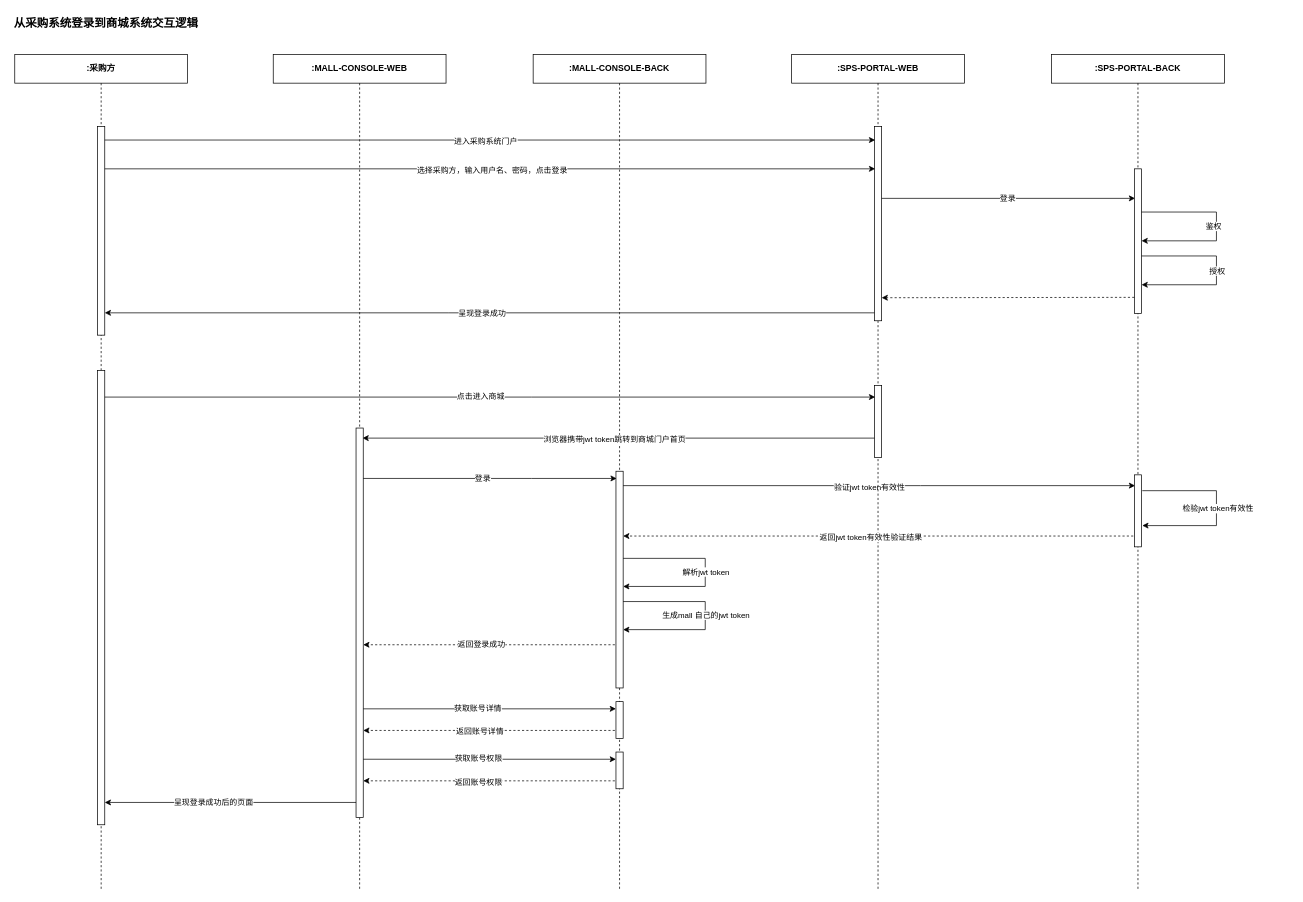
Earlier version of the draw.io diagram page "0002" (2 of 2) of src/main/work/ncs/sunshine/20230518160642.drawio (ab-doc/draw.io). Source tidied: cells renumbered, new cells numbered last; positions are measured from the earlier drawing's top-left corner, leaving out a move shared by most shapes. Both pictures are drawn from the tidied source at 72%, with x=0, y=0 at pixel (12, 12).
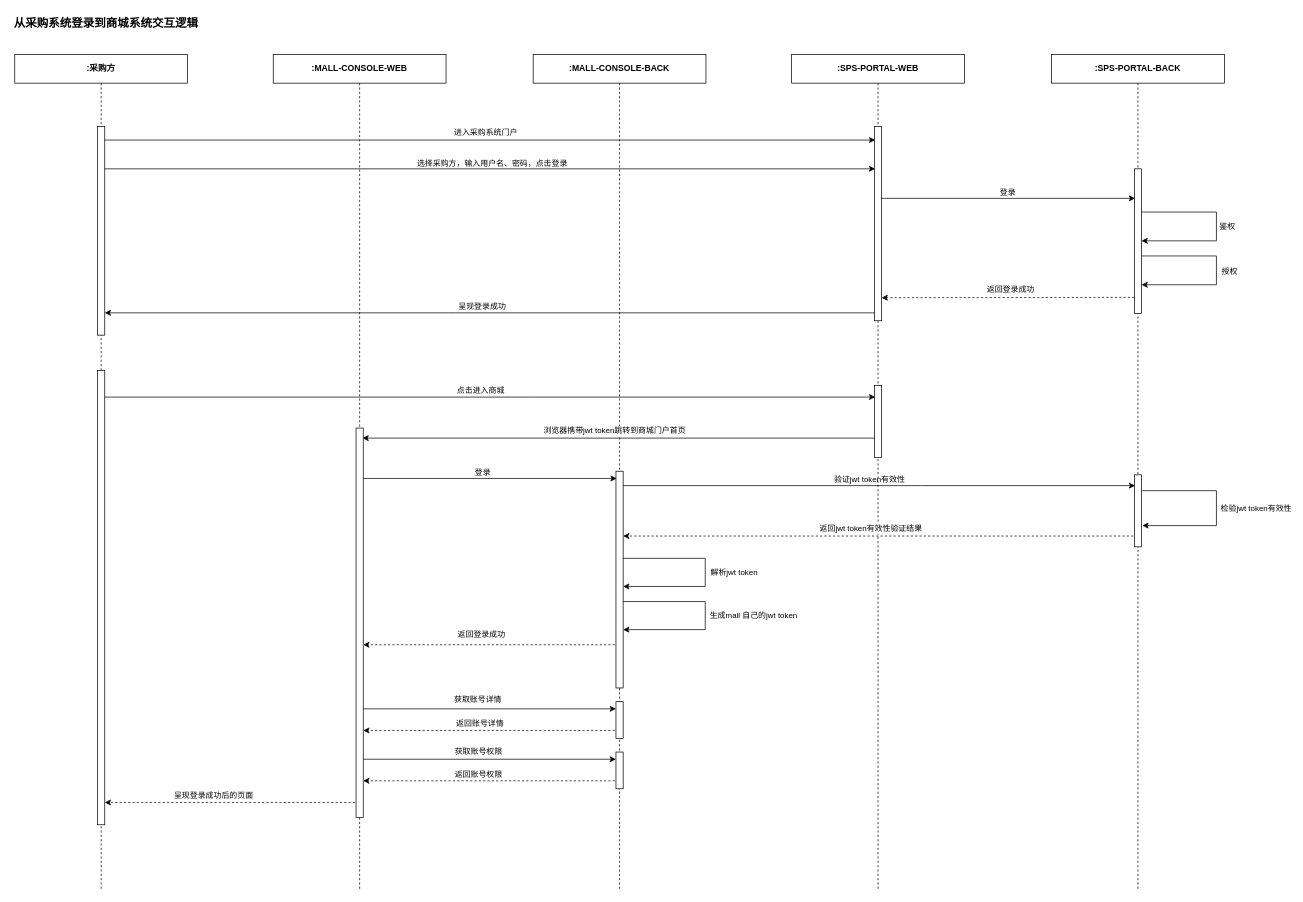
The same page after the edit.

The change refers to these unchanged cells:
```xml
<mxCell id="2" style="edgeStyle=elbowEdgeStyle;rounded=0;jettySize=auto;html=1;elbow=vertical;curved=0;" parent="1" edge="1" source="10">
  <mxGeometry relative="1" as="geometry">
    <mxPoint x="1559" y="657" as="targetPoint" />
  </mxGeometry>
</mxCell>
<mxCell id="4" style="edgeStyle=elbowEdgeStyle;rounded=0;jettySize=auto;html=1;elbow=vertical;curved=0;dashed=1;" parent="1" edge="1" source="10">
  <mxGeometry relative="1" as="geometry">
    <mxPoint x="487" y="878" as="targetPoint" />
  </mxGeometry>
</mxCell>
<mxCell id="6" style="edgeStyle=elbowEdgeStyle;rounded=0;jettySize=auto;html=1;elbow=vertical;curved=0;dashed=1;" parent="1" edge="1" source="10">
  <mxGeometry relative="1" as="geometry">
    <mxPoint x="487" y="997.3" as="targetPoint" />
  </mxGeometry>
</mxCell>
<mxCell id="8" style="edgeStyle=elbowEdgeStyle;rounded=0;jettySize=auto;html=1;elbow=vertical;curved=0;dashed=1;" parent="1" edge="1" source="10">
  <mxGeometry relative="1" as="geometry">
    <mxPoint x="487" y="1067.3" as="targetPoint" />
  </mxGeometry>
</mxCell>
<mxCell id="12" style="edgeStyle=orthogonalEdgeStyle;rounded=0;orthogonalLoop=1;jettySize=auto;html=1;" parent="10" edge="1" source="11" target="11">
  <mxGeometry relative="1" as="geometry">
    <Array as="points">
      <mxPoint x="239" y="700" />
      <mxPoint x="239" y="739" />
    </Array>
  </mxGeometry>
</mxCell>
<mxCell id="14" style="edgeStyle=orthogonalEdgeStyle;rounded=0;orthogonalLoop=1;jettySize=auto;html=1;" parent="10" edge="1">
  <mxGeometry relative="1" as="geometry">
    <mxPoint x="125" y="760" as="sourcePoint" />
    <mxPoint x="125" y="799" as="targetPoint" />
    <Array as="points">
      <mxPoint x="239" y="760" />
      <mxPoint x="239" y="799" />
    </Array>
  </mxGeometry>
</mxCell>
<mxCell id="18" style="edgeStyle=elbowEdgeStyle;rounded=0;orthogonalLoop=1;jettySize=auto;html=1;elbow=vertical;curved=0;" parent="1" edge="1">
  <mxGeometry relative="1" as="geometry">
    <mxPoint x="1201.5" y="258" as="sourcePoint" />
    <mxPoint x="1559" y="257.8" as="targetPoint" />
  </mxGeometry>
</mxCell>
<mxCell id="20" style="edgeStyle=elbowEdgeStyle;rounded=0;jettySize=auto;html=1;elbow=vertical;curved=0;" parent="1" edge="1" source="24">
  <mxGeometry relative="1" as="geometry">
    <mxPoint x="128" y="417" as="targetPoint" />
  </mxGeometry>
</mxCell>
<mxCell id="22" style="edgeStyle=elbowEdgeStyle;rounded=0;jettySize=auto;html=1;elbow=vertical;curved=0;" parent="1" edge="1" source="24">
  <mxGeometry relative="1" as="geometry">
    <mxPoint x="486" y="591" as="targetPoint" />
  </mxGeometry>
</mxCell>
<mxCell id="27" style="edgeStyle=orthogonalEdgeStyle;rounded=0;orthogonalLoop=1;jettySize=auto;html=1;elbow=vertical;" parent="1" edge="1">
  <mxGeometry relative="1" as="geometry">
    <mxPoint x="1566.7" y="275" as="sourcePoint" />
    <mxPoint x="1568" y="317" as="targetPoint" />
    <Array as="points">
      <mxPoint x="1567" y="277" />
      <mxPoint x="1672" y="277" />
      <mxPoint x="1672" y="317" />
    </Array>
  </mxGeometry>
</mxCell>
<mxCell id="29" style="edgeStyle=elbowEdgeStyle;rounded=0;jettySize=auto;html=1;elbow=vertical;curved=0;dashed=1;" parent="1" edge="1" source="31">
  <mxGeometry relative="1" as="geometry">
    <mxPoint x="848" y="727" as="targetPoint" />
  </mxGeometry>
</mxCell>
<mxCell id="33" style="edgeStyle=orthogonalEdgeStyle;rounded=0;orthogonalLoop=1;jettySize=auto;html=1;elbow=vertical;" parent="31" edge="1">
  <mxGeometry relative="1" as="geometry">
    <mxPoint x="125" y="280" as="sourcePoint" />
    <mxPoint x="125" y="320" as="targetPoint" />
    <Array as="points">
      <mxPoint x="229" y="280" />
      <mxPoint x="229" y="320" />
    </Array>
  </mxGeometry>
</mxCell>
<mxCell id="36" style="edgeStyle=orthogonalEdgeStyle;rounded=0;orthogonalLoop=1;jettySize=auto;html=1;elbow=vertical;entryX=1.1;entryY=0.705;entryDx=0;entryDy=0;entryPerimeter=0;exitX=1.1;exitY=0.22;exitDx=0;exitDy=0;exitPerimeter=0;" parent="31" edge="1" source="35" target="35">
  <mxGeometry relative="1" as="geometry">
    <Array as="points">
      <mxPoint x="229" y="606" />
      <mxPoint x="229" y="655" />
    </Array>
  </mxGeometry>
</mxCell>
<mxCell id="38" style="edgeStyle=elbowEdgeStyle;rounded=0;jettySize=auto;html=1;elbow=vertical;curved=0;" parent="1" edge="1" source="44">
  <mxGeometry relative="1" as="geometry">
    <mxPoint x="1198" y="177.3" as="targetPoint" />
  </mxGeometry>
</mxCell>
<mxCell id="40" style="edgeStyle=elbowEdgeStyle;rounded=0;orthogonalLoop=1;jettySize=auto;html=1;elbow=vertical;curved=0;" parent="1" edge="1">
  <mxGeometry relative="1" as="geometry">
    <mxPoint x="122.5" y="217" as="sourcePoint" />
    <mxPoint x="1198" y="216.8" as="targetPoint" />
  </mxGeometry>
</mxCell>
<mxCell id="42" style="edgeStyle=elbowEdgeStyle;rounded=0;jettySize=auto;html=1;elbow=vertical;curved=0;" parent="1" edge="1" source="44">
  <mxGeometry relative="1" as="geometry">
    <mxPoint x="1198" y="534" as="targetPoint" />
  </mxGeometry>
</mxCell>
<mxCell id="47" style="edgeStyle=elbowEdgeStyle;rounded=0;jettySize=auto;html=1;elbow=vertical;curved=0;" parent="1" edge="1" source="55">
  <mxGeometry relative="1" as="geometry">
    <mxPoint x="839" y="647" as="targetPoint" />
  </mxGeometry>
</mxCell>
<mxCell id="49" style="edgeStyle=elbowEdgeStyle;rounded=0;jettySize=auto;html=1;elbow=vertical;curved=0;" parent="1" edge="1" source="55">
  <mxGeometry relative="1" as="geometry">
    <mxPoint x="838" y="967.3" as="targetPoint" />
  </mxGeometry>
</mxCell>
<mxCell id="51" style="edgeStyle=elbowEdgeStyle;rounded=0;jettySize=auto;html=1;elbow=vertical;curved=0;" parent="1" edge="1" source="55">
  <mxGeometry relative="1" as="geometry">
    <mxPoint x="838" y="1037.3" as="targetPoint" />
  </mxGeometry>
</mxCell>
<mxCell id="55" value="&lt;b&gt;:MALL-CONSOLE-WEB&lt;/b&gt;" style="shape=umlLifeline;perimeter=lifelinePerimeter;whiteSpace=wrap;html=1;outlineConnect=0;portConstraint=eastwest;newEdgeStyle={&quot;edgeStyle&quot;:&quot;elbowEdgeStyle&quot;,&quot;elbow&quot;:&quot;vertical&quot;,&quot;curved&quot;:0,&quot;rounded&quot;:0};" parent="1" vertex="1">
  <mxGeometry x="362" y="58" width="240" height="1160" as="geometry" />
</mxCell>
<mxCell id="58" style="edgeStyle=elbowEdgeStyle;rounded=0;orthogonalLoop=1;jettySize=auto;html=1;elbow=vertical;curved=0;dashed=1;" parent="1" edge="1">
  <mxGeometry relative="1" as="geometry">
    <mxPoint x="1558" y="395.5" as="sourcePoint" />
    <mxPoint x="1207" y="395.5" as="targetPoint" />
  </mxGeometry>
</mxCell>
```

Diff of the diagram source:
```diff
@@
     <mxCell id="3" value="验证jwt token有效性" style="edgeLabel;html=1;align=center;verticalAlign=middle;" parent="2" vertex="1">
       <mxGeometry x="-0.08" y="-1" relative="1" as="geometry">
-        <mxPoint x="17" as="offset" />
+        <mxPoint x="17" y="-11" as="offset" />
       </mxGeometry>
     </mxCell>
@@
     <mxCell id="5" value="返回登录成功" style="edgeLabel;html=1;align=center;verticalAlign=middle;" parent="4" vertex="1">
-      <mxGeometry x="0.08" y="-1" relative="1" as="geometry" />
+      <mxGeometry x="0.08" y="-1" relative="1" as="geometry">
+        <mxPoint y="-14" as="offset" />
+      </mxGeometry>
     </mxCell>
@@
     <mxCell id="7" value="返回账号详情" style="edgeLabel;html=1;align=center;verticalAlign=middle;" parent="6" vertex="1">
       <mxGeometry x="0.14" relative="1" as="geometry">
-        <mxPoint x="9" as="offset" />
+        <mxPoint x="9" y="-10" as="offset" />
       </mxGeometry>
     </mxCell>
@@
     <mxCell id="9" value="返回账号权限" style="edgeLabel;html=1;align=center;verticalAlign=middle;" parent="8" vertex="1">
       <mxGeometry x="0.15" y="1" relative="1" as="geometry">
-        <mxPoint x="9" as="offset" />
+        <mxPoint x="9" y="-11" as="offset" />
       </mxGeometry>
     </mxCell>
@@
     <mxCell id="13" value="解析jwt token" style="edgeLabel;html=1;align=center;verticalAlign=middle;" parent="12" vertex="1">
       <mxGeometry x="-0.05" relative="1" as="geometry">
-        <mxPoint y="5" as="offset" />
+        <mxPoint x="39" y="5" as="offset" />
       </mxGeometry>
     </mxCell>
@@
     <mxCell id="15" value="生成mall 自己的jwt token" style="edgeLabel;html=1;align=center;verticalAlign=middle;" parent="14" vertex="1">
       <mxGeometry x="-0.05" relative="1" as="geometry">
-        <mxPoint y="5" as="offset" />
+        <mxPoint x="66" y="5" as="offset" />
       </mxGeometry>
     </mxCell>
@@
     <mxCell id="19" value="登录" style="edgeLabel;html=1;align=center;verticalAlign=middle;" parent="18" vertex="1">
       <mxGeometry x="-0.05" relative="1" as="geometry">
-        <mxPoint x="10" y="-1" as="offset" />
+        <mxPoint x="10" y="-9" as="offset" />
       </mxGeometry>
     </mxCell>
@@
     <mxCell id="21" value="呈现登录成功" style="edgeLabel;html=1;align=center;verticalAlign=middle;" parent="20" vertex="1">
       <mxGeometry x="0.08" y="2" relative="1" as="geometry">
-        <mxPoint x="30" y="-2" as="offset" />
+        <mxPoint x="30" y="-12" as="offset" />
       </mxGeometry>
     </mxCell>
@@
     <mxCell id="23" value="浏览器携带jwt token跳转到商城门户首页" style="edgeLabel;html=1;align=center;verticalAlign=middle;" parent="22" vertex="1">
       <mxGeometry x="0.08" y="1" relative="1" as="geometry">
-        <mxPoint x="20" as="offset" />
+        <mxPoint x="20" y="-12" as="offset" />
       </mxGeometry>
     </mxCell>
@@
     <mxCell id="28" value="鉴权" style="edgeLabel;html=1;align=center;verticalAlign=middle;" parent="27" vertex="1">
       <mxGeometry x="-0.57" y="1" relative="1" as="geometry">
-        <mxPoint x="49" y="20" as="offset" />
+        <mxPoint x="68" y="20" as="offset" />
       </mxGeometry>
     </mxCell>
@@
     <mxCell id="30" value="返回jwt token有效性验证结果" style="edgeLabel;html=1;align=center;verticalAlign=middle;" parent="29" vertex="1">
       <mxGeometry x="0.08" y="3" relative="1" as="geometry">
-        <mxPoint x="15" y="-2" as="offset" />
+        <mxPoint x="15" y="-14" as="offset" />
       </mxGeometry>
     </mxCell>
@@
     <mxCell id="34" value="授权" style="edgeLabel;html=1;align=center;verticalAlign=middle;" parent="33" vertex="1">
       <mxGeometry x="-0.06" relative="1" as="geometry">
-        <mxPoint y="7" as="offset" />
+        <mxPoint x="17" y="7" as="offset" />
       </mxGeometry>
     </mxCell>
@@
     <mxCell id="37" value="检验jwt token有效性" style="edgeLabel;html=1;align=center;verticalAlign=middle;" parent="36" vertex="1">
       <mxGeometry x="-0.07" y="1" relative="1" as="geometry">
-        <mxPoint y="9" as="offset" />
+        <mxPoint x="53" y="9" as="offset" />
       </mxGeometry>
     </mxCell>
@@
     <mxCell id="39" value="进入采购系统门户" style="edgeLabel;html=1;align=center;verticalAlign=middle;" parent="38" vertex="1">
       <mxGeometry x="-0.14" y="-1" relative="1" as="geometry">
-        <mxPoint x="71" as="offset" />
+        <mxPoint x="71" y="-12" as="offset" />
       </mxGeometry>
     </mxCell>
@@
     <mxCell id="41" value="选择采购方，输入用户名、密码，点击登录" style="edgeLabel;html=1;align=center;verticalAlign=middle;" parent="40" vertex="1">
-      <mxGeometry x="0.01" y="-1" relative="1" as="geometry" />
+      <mxGeometry x="0.01" y="-1" relative="1" as="geometry">
+        <mxPoint y="-10" as="offset" />
+      </mxGeometry>
     </mxCell>
@@
     <mxCell id="43" value="点击进入商城" style="edgeLabel;html=1;align=center;verticalAlign=middle;" parent="42" vertex="1">
-      <mxGeometry x="-0.02" y="2" relative="1" as="geometry" />
+      <mxGeometry x="-0.02" y="2" relative="1" as="geometry">
+        <mxPoint y="-8" as="offset" />
+      </mxGeometry>
     </mxCell>
@@
     <mxCell id="48" value="登录" style="edgeLabel;html=1;align=center;verticalAlign=middle;" parent="47" vertex="1">
       <mxGeometry x="-0.1" y="1" relative="1" as="geometry">
-        <mxPoint x="10" as="offset" />
+        <mxPoint x="10" y="-8" as="offset" />
       </mxGeometry>
     </mxCell>
@@
     <mxCell id="50" value="获取账号详情" style="edgeLabel;html=1;align=center;verticalAlign=middle;" parent="49" vertex="1">
       <mxGeometry x="-0.08" y="-1" relative="1" as="geometry">
-        <mxPoint y="-2" as="offset" />
+        <mxPoint y="-15" as="offset" />
       </mxGeometry>
     </mxCell>
@@
     <mxCell id="52" value="获取账号权限" style="edgeLabel;html=1;align=center;verticalAlign=middle;" parent="51" vertex="1">
       <mxGeometry x="-0.09" y="2" relative="1" as="geometry">
-        <mxPoint x="3" as="offset" />
+        <mxPoint x="3" y="-10" as="offset" />
       </mxGeometry>
     </mxCell>
-    <mxCell id="53" style="edgeStyle=elbowEdgeStyle;rounded=0;jettySize=auto;html=1;elbow=vertical;curved=0;" parent="1" edge="1" source="55">
+    <mxCell id="53" style="edgeStyle=elbowEdgeStyle;rounded=0;jettySize=auto;html=1;elbow=vertical;curved=0;dashed=1;" parent="1" edge="1" source="55">
       <mxGeometry relative="1" as="geometry">
         <mxPoint x="128" y="1097.3" as="targetPoint" />
       </mxGeometry>
     </mxCell>
     <mxCell id="54" value="呈现登录成功后的页面" style="edgeLabel;html=1;align=center;verticalAlign=middle;" parent="53" vertex="1">
-      <mxGeometry x="0.15" y="-1" relative="1" as="geometry" />
+      <mxGeometry x="0.15" y="-1" relative="1" as="geometry">
+        <mxPoint y="-10" as="offset" />
+      </mxGeometry>
     </mxCell>
@@
+    <mxCell id="59" value="返回登录成功" style="edgeLabel;html=1;align=center;verticalAlign=middle;" parent="58" vertex="1">
+      <mxGeometry x="0.05" relative="1" as="geometry">
+        <mxPoint x="12" y="-12" as="offset" />
+      </mxGeometry>
+    </mxCell>
```
